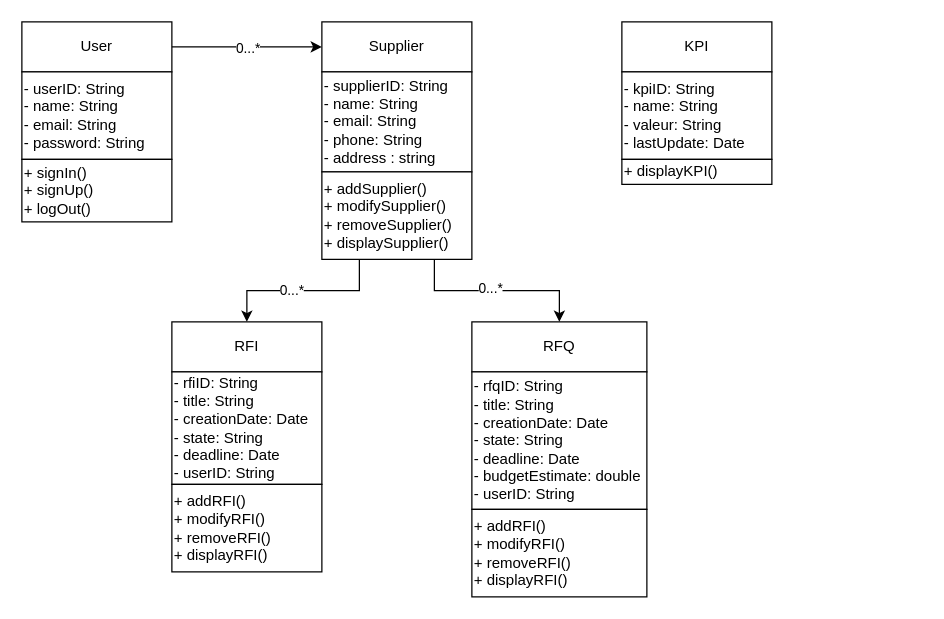
Above: UML.drawio in jeromecoffin/sourcing (draw.io), before the change. Source tidied: cells renumbered, new cells numbered last; positions are measured from the earlier drawing's top-left corner, leaving out a move shared by most shapes. Both pictures are drawn from the tidied source at 125%, with x=0, y=0 at pixel (21, 21).
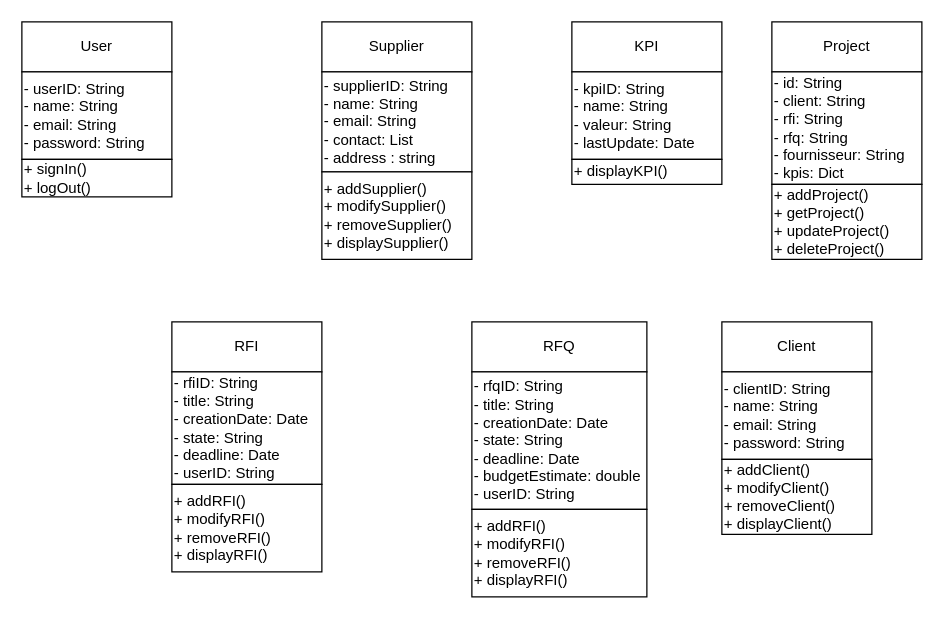
The same page after the edit.

Unchanged cells that the change refers to:
```xml
<mxCell id="2" style="group;" parent="1" vertex="1">
  <mxGeometry width="120" height="160" as="geometry" />
</mxCell>
<mxCell id="3" value="User" style="rounded=0;whiteSpace=wrap;html=1;" parent="2" vertex="1">
  <mxGeometry width="120" height="40" as="geometry" />
</mxCell>
<mxCell id="6" style="group;" parent="1" vertex="1">
  <mxGeometry x="240" width="120" height="190" as="geometry" />
</mxCell>
<mxCell id="7" value="Supplier" style="rounded=0;whiteSpace=wrap;html=1;" parent="6" vertex="1">
  <mxGeometry width="120" height="40" as="geometry" />
</mxCell>
<mxCell id="9" value="+ addSupplier()&lt;div&gt;+ modifySupplier()&lt;/div&gt;&lt;div style=&quot;&quot;&gt;+ removeSupplier()&lt;/div&gt;&lt;div style=&quot;&quot;&gt;+ displaySupplier()&lt;/div&gt;" style="rounded=0;whiteSpace=wrap;html=1;align=left;" parent="6" vertex="1">
  <mxGeometry y="120" width="120" height="70" as="geometry" />
</mxCell>
<mxCell id="11" value="RFI" style="rounded=0;whiteSpace=wrap;html=1;" parent="10" vertex="1">
  <mxGeometry width="120" height="40" as="geometry" />
</mxCell>
<mxCell id="15" value="RFQ" style="rounded=0;whiteSpace=wrap;html=1;" parent="14" vertex="1">
  <mxGeometry width="140" height="40" as="geometry" />
</mxCell>
```

Diff of the diagram source:
```diff
@@
-    <mxCell id="5" value="+ signIn()&lt;div&gt;+ signUp()&lt;/div&gt;&lt;div style=&quot;&quot;&gt;+ logOut()&lt;/div&gt;" style="rounded=0;whiteSpace=wrap;html=1;align=left;" parent="2" vertex="1">
-      <mxGeometry y="110" width="120" height="50" as="geometry" />
+    <mxCell id="5" value="+ signIn()&lt;div&gt;+ logOut()&lt;br&gt;&lt;/div&gt;" style="rounded=0;whiteSpace=wrap;html=1;align=left;" parent="2" vertex="1">
+      <mxGeometry y="110" width="120" height="30" as="geometry" />
     </mxCell>
@@
-    <mxCell id="8" value="&lt;div&gt;- supplierID: String&lt;/div&gt;&lt;div&gt;- name: String&lt;/div&gt;&lt;div&gt;- email: String&lt;/div&gt;&lt;div style=&quot;&quot;&gt;- phone: String&lt;/div&gt;&lt;div style=&quot;&quot;&gt;- address : string&lt;/div&gt;" style="rounded=0;whiteSpace=wrap;html=1;align=left;" parent="6" vertex="1">
+    <mxCell id="8" value="&lt;div&gt;- supplierID: String&lt;/div&gt;&lt;div&gt;- name: String&lt;/div&gt;&lt;div&gt;- email: String&lt;/div&gt;&lt;div style=&quot;&quot;&gt;- contact: List&lt;/div&gt;&lt;div style=&quot;&quot;&gt;- address : string&lt;/div&gt;" style="rounded=0;whiteSpace=wrap;html=1;align=left;" parent="6" vertex="1">
       <mxGeometry y="40" width="120" height="80" as="geometry" />
     </mxCell>
@@
-    <mxCell id="18" style="edgeStyle=orthogonalEdgeStyle;rounded=0;jettySize=auto;html=1;exitX=1;exitY=0.5;exitDx=0;exitDy=0;entryX=0;entryY=0.5;entryDx=0;entryDy=0;" parent="1" edge="1" source="3" target="7">
-      <mxGeometry relative="1" as="geometry" />
-    </mxCell>
-    <mxCell id="19" value="0...*" style="edgeLabel;html=1;align=center;verticalAlign=middle;" parent="18" vertex="1">
-      <mxGeometry x="-0.36" y="-1" relative="1" as="geometry">
-        <mxPoint x="22" y="-1" as="offset" />
-      </mxGeometry>
-    </mxCell>
-    <mxCell id="20" style="edgeStyle=orthogonalEdgeStyle;rounded=0;jettySize=auto;html=1;exitX=0.25;exitY=1;exitDx=0;exitDy=0;entryX=0.5;entryY=0;entryDx=0;entryDy=0;" parent="1" edge="1" source="9" target="11">
-      <mxGeometry relative="1" as="geometry" />
-    </mxCell>
-    <mxCell id="21" value="0...*" style="edgeLabel;html=1;align=center;verticalAlign=middle;" parent="20" vertex="1">
-      <mxGeometry x="0.14" y="-1" relative="1" as="geometry" />
-    </mxCell>
-    <mxCell id="22" style="edgeStyle=orthogonalEdgeStyle;rounded=0;jettySize=auto;html=1;exitX=0.75;exitY=1;exitDx=0;exitDy=0;" parent="1" edge="1" source="9" target="15">
-      <mxGeometry relative="1" as="geometry" />
-    </mxCell>
-    <mxCell id="23" value="0...*" style="edgeLabel;html=1;align=center;verticalAlign=middle;" parent="22" vertex="1">
-      <mxGeometry x="-0.08" y="3" relative="1" as="geometry" />
-    </mxCell>
     <mxCell id="24" style="group;" parent="1" vertex="1">
-      <mxGeometry x="480" width="120" height="130" as="geometry" />
+      <mxGeometry x="440" width="120" height="130" as="geometry" />
     </mxCell>
@@
+    <mxCell id="28" value="Project" style="rounded=0;whiteSpace=wrap;html=1;" parent="1" vertex="1">
+      <mxGeometry x="600" width="120" height="40" as="geometry" />
+    </mxCell>
+    <mxCell id="29" value="&lt;div&gt;- id: String&lt;/div&gt;&lt;div&gt;- client: String&lt;/div&gt;&lt;div&gt;- rfi: String&lt;/div&gt;&lt;div style=&quot;&quot;&gt;- rfq: String&lt;/div&gt;&lt;div style=&quot;&quot;&gt;- fournisseur: String&lt;/div&gt;&lt;div style=&quot;&quot;&gt;- kpis: Dict&amp;nbsp;&lt;/div&gt;" style="rounded=0;whiteSpace=wrap;html=1;align=left;" parent="1" vertex="1">
+      <mxGeometry x="600" y="40" width="120" height="90" as="geometry" />
+    </mxCell>
+    <mxCell id="30" value="+ addProject()&lt;div&gt;+ getProject()&lt;/div&gt;&lt;div&gt;+ updateProject()&lt;/div&gt;&lt;div&gt;+ deleteProject()&lt;/div&gt;" style="rounded=0;whiteSpace=wrap;html=1;align=left;" parent="1" vertex="1">
+      <mxGeometry x="600" y="130" width="120" height="60" as="geometry" />
+    </mxCell>
+    <mxCell id="31" value="Client" style="rounded=0;whiteSpace=wrap;html=1;" parent="1" vertex="1">
+      <mxGeometry x="560" y="240" width="120" height="40" as="geometry" />
+    </mxCell>
+    <mxCell id="32" value="&lt;div&gt;- clientID: String&lt;/div&gt;&lt;div&gt;- name: String&lt;/div&gt;&lt;div&gt;- email: String&lt;/div&gt;&lt;div style=&quot;&quot;&gt;- password: String&amp;nbsp;&lt;/div&gt;" style="rounded=0;whiteSpace=wrap;html=1;align=left;" parent="1" vertex="1">
+      <mxGeometry x="560" y="280" width="120" height="70" as="geometry" />
+    </mxCell>
+    <mxCell id="33" value="&lt;div&gt;+ addClient()&lt;div&gt;+ modifyClient()&lt;/div&gt;&lt;div&gt;+ removeClient()&lt;/div&gt;&lt;div&gt;+ displayClient()&lt;/div&gt;&lt;/div&gt;" style="rounded=0;whiteSpace=wrap;html=1;align=left;" parent="1" vertex="1">
+      <mxGeometry x="560" y="350" width="120" height="60" as="geometry" />
+    </mxCell>
```
